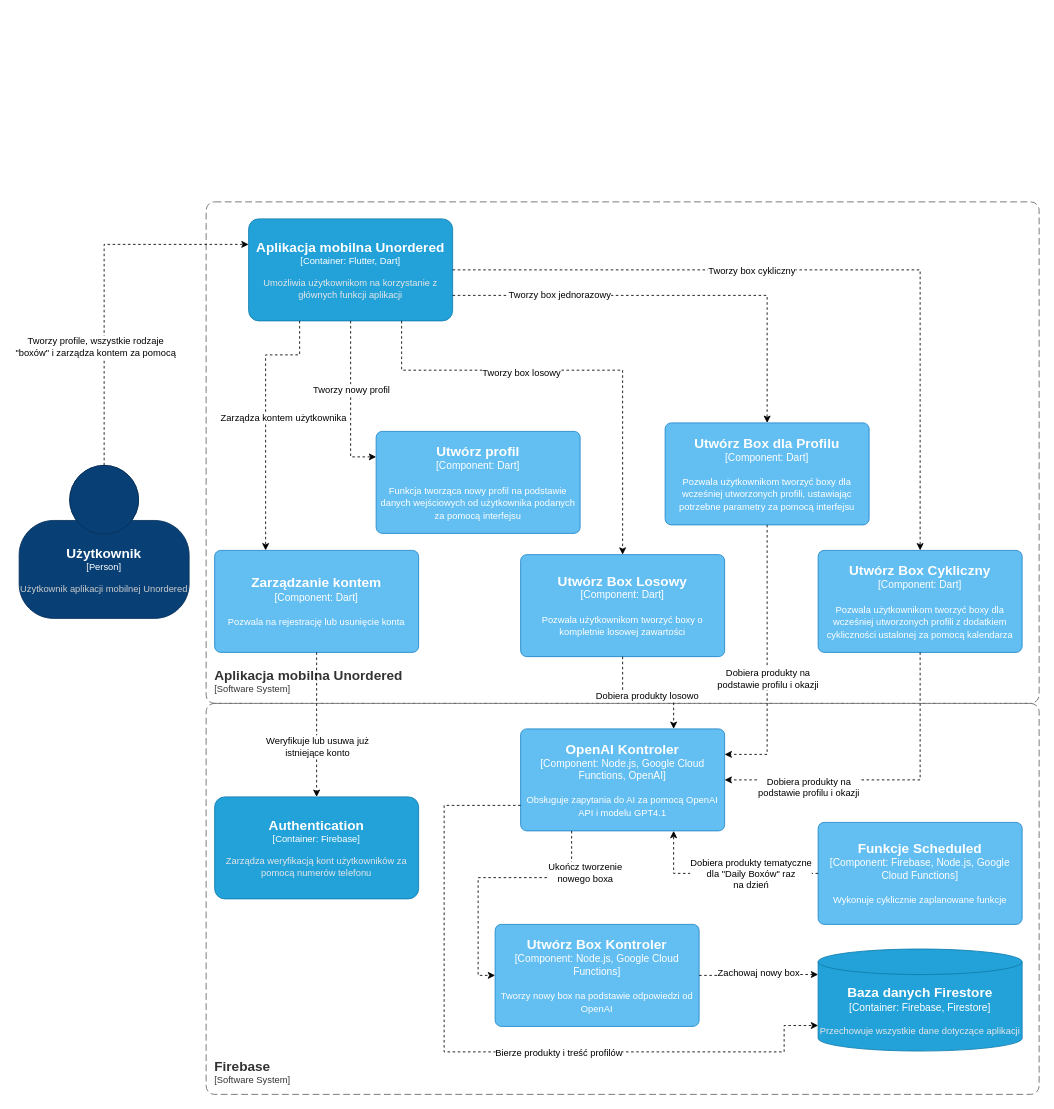
The draw.io diagram images/unordered.drawio in UnorderedTeam/Unordered-Documentation, before the edit. Source tidied: cells renumbered, new cells numbered last; positions are measured from the earlier drawing's top-left corner, leaving out a move shared by most shapes. Both pictures are drawn from the tidied source at 85%, with x=0, y=0 at pixel (19, 201).
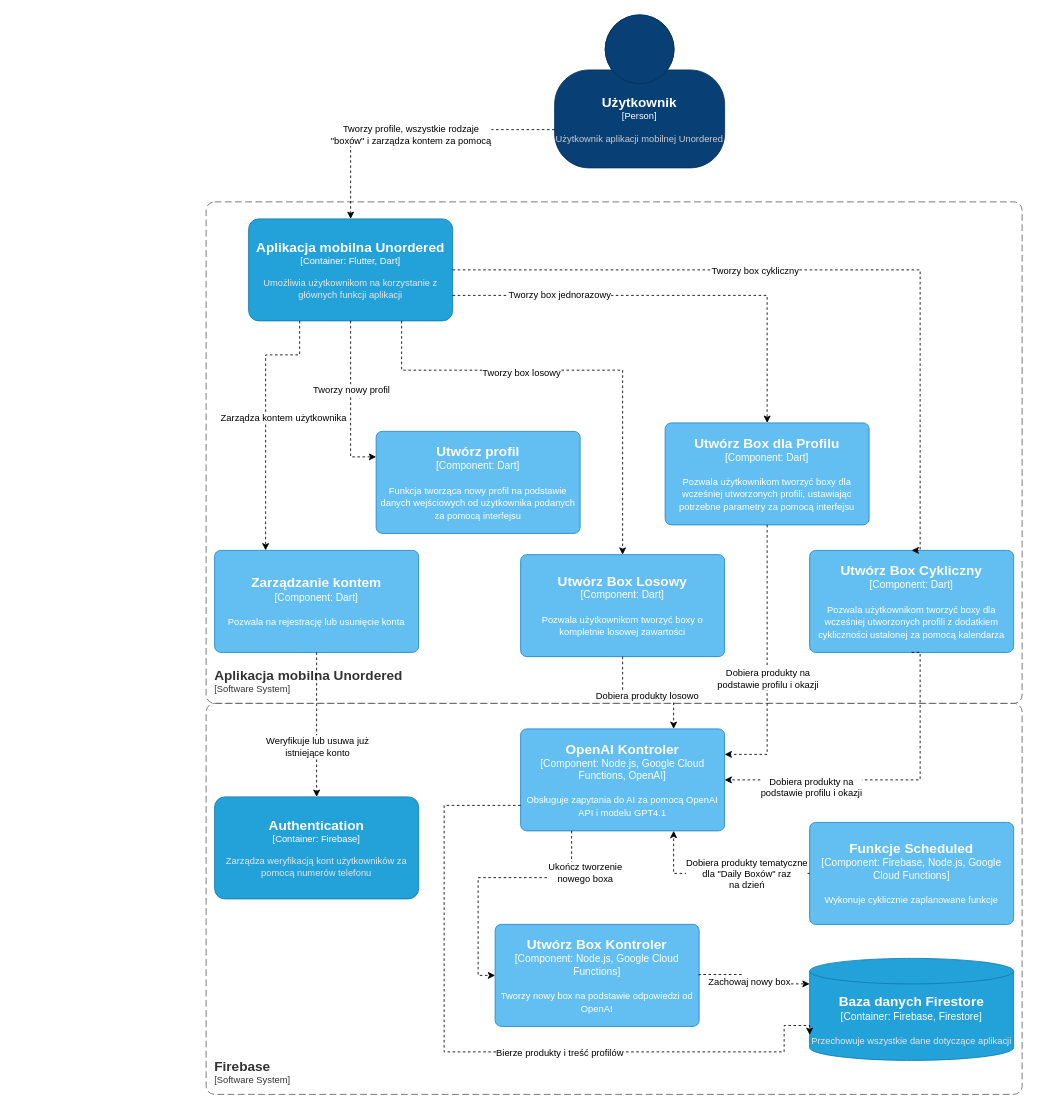
The same diagram, later.

Unchanged cells that the change refers to:
```xml
<object id="5" label="&lt;font style=&quot;font-size: 16px&quot;&gt;&lt;b&gt;%c4Name%&lt;/b&gt;&lt;/font&gt;&lt;div&gt;[%c4Type%: %c4Technology%]&lt;/div&gt;&lt;br&gt;&lt;div&gt;&lt;font style=&quot;font-size: 11px&quot;&gt;&lt;font color=&quot;#E6E6E6&quot;&gt;%c4Description%&lt;/font&gt;&lt;/div&gt;" c4Description="Umożliwia użytkownikom na korzystanie z głównych funkcji aplikacji" c4Name="Aplikacja mobilna Unordered" c4Technology="Flutter, Dart" c4Type="Container" placeholders="1">
  <mxCell style="rounded=1;whiteSpace=wrap;html=1;fontSize=11;labelBackgroundColor=none;fillColor=#23A2D9;fontColor=#ffffff;align=center;arcSize=10;strokeColor=#0E7DAD;points=[[0.25,0,0],[0.5,0,0],[0.75,0,0],[1,0.25,0],[1,0.5,0],[1,0.75,0],[0.75,1,0],[0.5,1,0],[0.25,1,0],[0,0.75,0],[0,0.5,0],[0,0.25,0]];" parent="1" vertex="1">
    <mxGeometry x="270" y="20" width="240" height="120" as="geometry" />
  </mxCell>
</object>
```

What changed in the source:
```diff
@@
     <object id="2" label="&lt;font style=&quot;font-size: 16px&quot;&gt;&lt;b&gt;%c4Name%&lt;/b&gt;&lt;/font&gt;&lt;div&gt;[%c4Type%]&lt;/div&gt;&lt;br&gt;&lt;div&gt;&lt;font style=&quot;font-size: 11px&quot;&gt;&lt;font color=&quot;#cccccc&quot;&gt;%c4Description%&lt;/font&gt;&lt;/div&gt;" c4Description="Użytkownik aplikacji mobilnej Unordered" c4Name="Użytkownik" c4Type="Person" placeholders="1">
       <mxCell style="html=1;fontSize=11;dashed=0;whiteSpace=wrap;fillColor=#083F75;strokeColor=#06315C;fontColor=#ffffff;shape=mxgraph.c4.person2;align=center;points=[[0.5,0,0],[1,0.5,0],[1,0.75,0],[0.75,1,0],[0.5,1,0],[0.25,1,0],[0,0.75,0],[0,0.5,0]];" parent="1" vertex="1">
-        <mxGeometry y="310" width="200" height="180" as="geometry" />
+        <mxGeometry x="630" y="-220" width="200" height="180" as="geometry" />
       </mxCell>
     </object>
     <object id="3" label="&lt;font style=&quot;font-size: 16px&quot;&gt;&lt;b&gt;&lt;div style=&quot;text-align: left&quot;&gt;%c4Name%&lt;/div&gt;&lt;/b&gt;&lt;/font&gt;&lt;div style=&quot;text-align: left&quot;&gt;[%c4Application%]&lt;/div&gt;" c4Application="Software System" c4Name="Aplikacja mobilna Unordered" placeholders="1">
       <mxCell style="rounded=1;fontSize=11;whiteSpace=wrap;html=1;dashed=1;arcSize=20;fillColor=none;strokeColor=#666666;fontColor=#333333;labelBackgroundColor=none;align=left;verticalAlign=bottom;labelBorderColor=none;spacingTop=0;spacing=10;dashPattern=8 4;perimeter=rectanglePerimeter;noLabel=0;labelPadding=0;absoluteArcSize=1;" parent="1" vertex="1">
-        <mxGeometry x="220" width="980" height="590" as="geometry" />
+        <mxGeometry x="220" width="960" height="590" as="geometry" />
       </mxCell>
     </object>
     <object id="4" label="&lt;font style=&quot;font-size: 16px&quot;&gt;&lt;b&gt;&lt;div style=&quot;text-align: left&quot;&gt;%c4Name%&lt;/div&gt;&lt;/b&gt;&lt;/font&gt;&lt;div style=&quot;text-align: left&quot;&gt;[%c4Application%]&lt;/div&gt;" c4Application="Software System" c4Name="Firebase" placeholders="1">
       <mxCell style="rounded=1;fontSize=11;whiteSpace=wrap;html=1;dashed=1;arcSize=20;fillColor=none;strokeColor=#666666;fontColor=#333333;labelBackgroundColor=none;align=left;verticalAlign=bottom;labelBorderColor=none;spacingTop=0;spacing=10;dashPattern=8 4;perimeter=rectanglePerimeter;noLabel=0;labelPadding=0;absoluteArcSize=1;" parent="1" vertex="1">
-        <mxGeometry x="220" y="590" width="980" height="460" as="geometry" />
+        <mxGeometry x="220" y="590" width="960" height="460" as="geometry" />
       </mxCell>
     </object>
@@
     <object id="6" label="&lt;font style=&quot;font-size: 16px&quot;&gt;&lt;b&gt;%c4Name%&lt;/b&gt;&lt;/font&gt;&lt;div&gt;[%c4Type%:&amp;nbsp;%c4Technology%]&lt;/div&gt;&lt;br&gt;&lt;div&gt;&lt;font style=&quot;font-size: 11px&quot;&gt;&lt;font color=&quot;#E6E6E6&quot;&gt;%c4Description%&lt;/font&gt;&lt;/div&gt;" c4Description="Przechowuje wszystkie dane dotyczące aplikacji" c4Name="Baza danych Firestore" c4Technology="Firebase, Firestore" c4Type="Container" placeholders="1">
       <mxCell style="shape=cylinder3;size=15;whiteSpace=wrap;html=1;boundedLbl=1;rounded=0;labelBackgroundColor=none;fillColor=#23A2D9;fontSize=12;fontColor=#ffffff;align=center;strokeColor=#0E7DAD;points=[[0.5,0,0],[1,0.25,0],[1,0.5,0],[1,0.75,0],[0.5,1,0],[0,0.75,0],[0,0.5,0],[0,0.25,0]];" parent="1" vertex="1">
-        <mxGeometry x="940" y="879" width="240" height="120" as="geometry" />
+        <mxGeometry x="930" y="890" width="240" height="120" as="geometry" />
       </mxCell>
     </object>
@@
     <object id="8" label="&lt;font style=&quot;font-size: 16px&quot;&gt;&lt;b&gt;%c4Name%&lt;/b&gt;&lt;/font&gt;&lt;div&gt;[%c4Type%: %c4Technology%]&lt;/div&gt;&lt;br&gt;&lt;div&gt;&lt;font style=&quot;font-size: 11px&quot;&gt;%c4Description%&lt;/font&gt;&lt;/div&gt;" c4Description="Pozwala użytkownikom tworzyć boxy dla wcześniej utworzonych profili z dodatkiem cykliczności ustalonej za pomocą kalendarza" c4Name="Utwórz Box Cykliczny" c4Technology="Dart" c4Type="Component" placeholders="1">
       <mxCell style="rounded=1;whiteSpace=wrap;html=1;labelBackgroundColor=none;fillColor=#63BEF2;fontColor=#ffffff;align=center;arcSize=6;strokeColor=#2086C9;points=[[0.25,0,0],[0.5,0,0],[0.75,0,0],[1,0.25,0],[1,0.5,0],[1,0.75,0],[0.75,1,0],[0.5,1,0],[0.25,1,0],[0,0.75,0],[0,0.5,0],[0,0.25,0]];" parent="1" vertex="1">
-        <mxGeometry x="940" y="410" width="240" height="120" as="geometry" />
+        <mxGeometry x="930" y="410" width="240" height="120" as="geometry" />
       </mxCell>
     </object>
@@
     <object id="17" label="&lt;font style=&quot;font-size: 16px&quot;&gt;&lt;b&gt;%c4Name%&lt;/b&gt;&lt;/font&gt;&lt;div&gt;[%c4Type%: %c4Technology%]&lt;/div&gt;&lt;br&gt;&lt;div&gt;&lt;font style=&quot;font-size: 11px&quot;&gt;%c4Description%&lt;/font&gt;&lt;/div&gt;" c4Description="Wykonuje cyklicznie zaplanowane funkcje" c4Name="Funkcje Scheduled" c4Technology="Firebase, Node.js, Google Cloud Functions" c4Type="Component" placeholders="1">
       <mxCell style="rounded=1;whiteSpace=wrap;html=1;labelBackgroundColor=none;fillColor=#63BEF2;fontColor=#ffffff;align=center;arcSize=6;strokeColor=#2086C9;points=[[0.25,0,0],[0.5,0,0],[0.75,0,0],[1,0.25,0],[1,0.5,0],[1,0.75,0],[0.75,1,0],[0.5,1,0],[0.25,1,0],[0,0.75,0],[0,0.5,0],[0,0.25,0]];" parent="1" vertex="1">
-        <mxGeometry x="940" y="730" width="240" height="120" as="geometry" />
+        <mxGeometry x="930" y="730" width="240" height="120" as="geometry" />
       </mxCell>
     </object>
@@
-    <mxCell id="32" style="edgeStyle=orthogonalEdgeStyle;rounded=0;jettySize=auto;html=1;exitX=0.5;exitY=0;exitDx=0;exitDy=0;exitPerimeter=0;entryX=0;entryY=0.25;entryDx=0;entryDy=0;entryPerimeter=0;dashed=1;" parent="1" edge="1" source="2" target="5">
+    <mxCell id="32" style="edgeStyle=orthogonalEdgeStyle;rounded=0;jettySize=auto;html=1;exitX=0;exitY=0.75;exitDx=0;exitDy=0;exitPerimeter=0;entryX=0.5;entryY=0;entryDx=0;entryDy=0;entryPerimeter=0;dashed=1;" parent="1" edge="1" source="2" target="5">
       <mxGeometry relative="1" as="geometry" />
     </mxCell>
     <mxCell id="33" value="Tworzy profile, wszystkie rodzaje&lt;br&gt;&lt;div&gt;&quot;boxów&quot; i zarządza kontem za pomocą&lt;/div&gt;" style="edgeLabel;html=1;align=center;verticalAlign=middle;" parent="32" vertex="1">
       <mxGeometry x="0.54" y="-4" relative="1" as="geometry">
-        <mxPoint x="-82" y="116" as="offset" />
+        <mxPoint x="74" y="-21" as="offset" />
       </mxGeometry>
     </mxCell>
```
